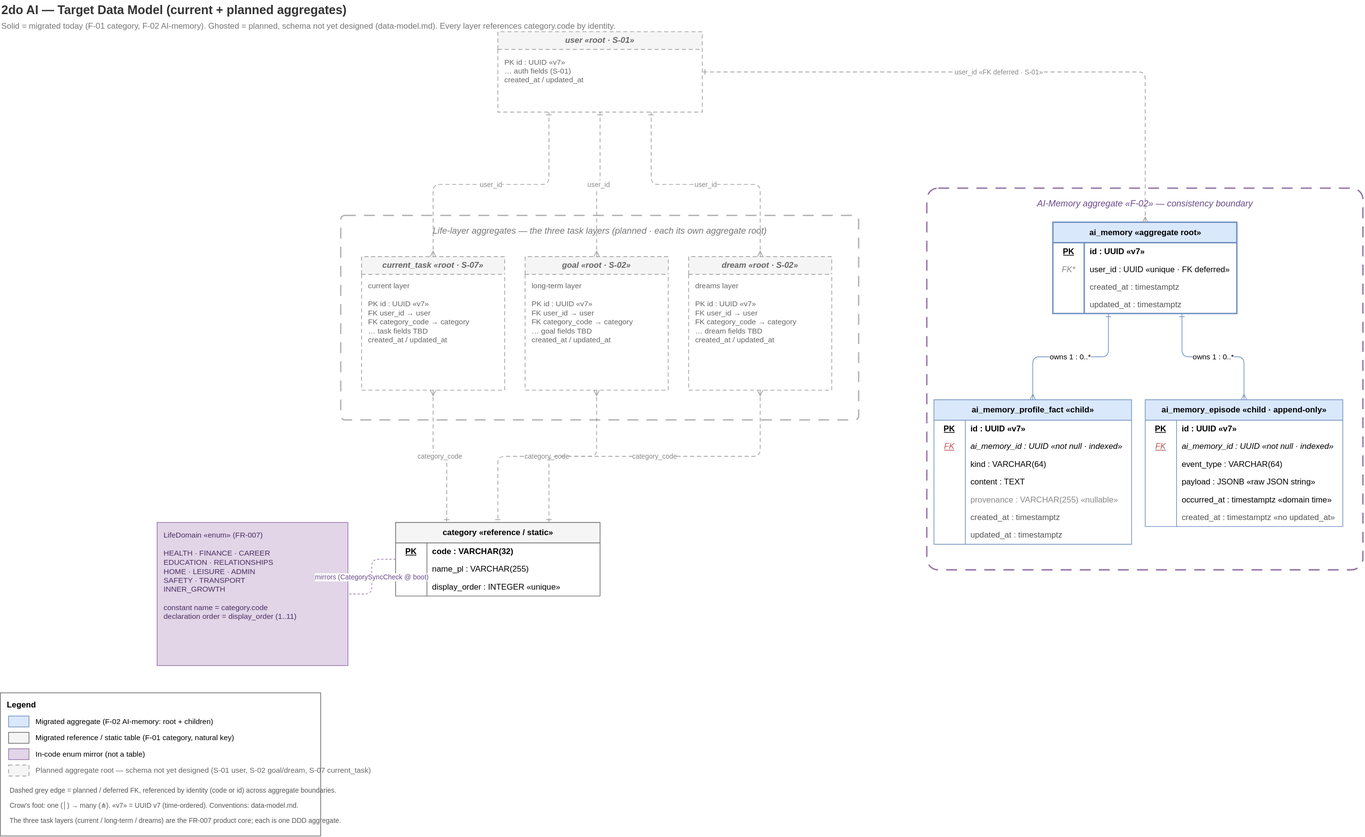
Above: context/foundation/data-model-target.svg in TheDariusz/2doai (draw.io), before the change. Source tidied: cells renumbered, new cells last; positions are measured from the earlier drawing's top-left corner, leaving out a move shared by most shapes.
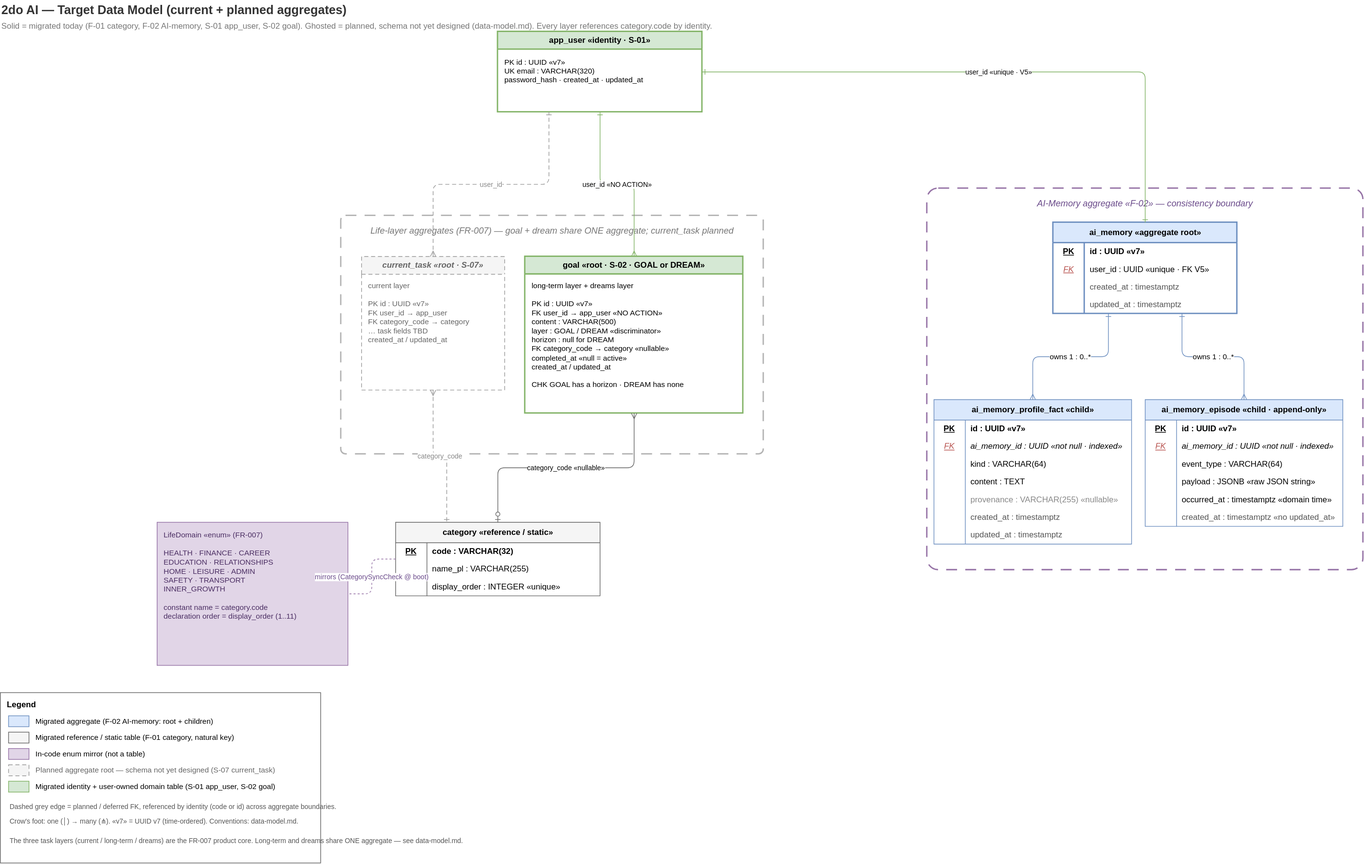
Above is the later version.

What changed in the source:
```diff
@@ -5,19 +5,19 @@
     <mxCell id="2" value="2do AI — Target Data Model  (current + planned aggregates)" style="text;html=1;align=left;verticalAlign=middle;fontSize=18;fontStyle=1;fontColor=#333333;" parent="1" vertex="1">
       <mxGeometry width="900" height="30" as="geometry" />
     </mxCell>
-    <mxCell id="3" value="Solid = migrated today (F-01 category, F-02 AI-memory).   Ghosted = planned, schema not yet designed (data-model.md).   Every layer references category.code by identity." style="text;html=1;align=left;verticalAlign=middle;fontSize=12;fontColor=#777777;" parent="1" vertex="1">
+    <mxCell id="3" value="Solid = migrated today (F-01 category, F-02 AI-memory, S-01 app_user, S-02 goal).   Ghosted = planned, schema not yet designed (data-model.md).   Every layer references category.code by identity." style="text;html=1;align=left;verticalAlign=middle;fontSize=12;fontColor=#777777;" parent="1" vertex="1">
       <mxGeometry y="28" width="1200" height="20" as="geometry" />
     </mxCell>
-    <mxCell id="4" value="Life-layer aggregates — the three task layers  (planned · each its own aggregate root)" style="rounded=1;arcSize=2;whiteSpace=wrap;html=1;dashed=1;dashPattern=8 6;strokeColor=#b3b3b3;strokeWidth=2;fillColor=none;verticalAlign=top;fontStyle=2;fontColor=#777777;fontSize=13;spacingTop=8;" parent="1" vertex="1">
-      <mxGeometry x="500" y="316" width="760" height="300" as="geometry" />
+    <mxCell id="4" value="Life-layer aggregates (FR-007)  —  goal + dream share ONE aggregate; current_task planned" style="rounded=1;arcSize=2;whiteSpace=wrap;html=1;dashed=1;dashPattern=8 6;strokeColor=#b3b3b3;strokeWidth=2;fillColor=none;verticalAlign=top;fontStyle=2;fontColor=#777777;fontSize=13;spacingTop=8;" parent="1" vertex="1">
+      <mxGeometry x="500" y="316" width="620" height="350" as="geometry" />
     </mxCell>
     <mxCell id="5" value="AI-Memory aggregate  «F-02»  —  consistency boundary" style="rounded=1;arcSize=3;whiteSpace=wrap;html=1;dashed=1;dashPattern=8 6;strokeColor=#9673a6;strokeWidth=2;fillColor=none;verticalAlign=top;fontStyle=2;fontColor=#6a4a8a;fontSize=13;spacingTop=8;" parent="1" vertex="1">
       <mxGeometry x="1360" y="276" width="640" height="560" as="geometry" />
     </mxCell>
-    <mxCell id="6" value="user   «root · S-01»" style="swimlane;startSize=26;html=1;fillColor=#f5f5f5;strokeColor=#999999;dashed=1;dashPattern=6 4;fontColor=#666666;fontStyle=3;align=center;whiteSpace=wrap;" parent="1" vertex="1">
+    <mxCell id="6" value="app_user  «identity · S-01»" style="swimlane;startSize=26;html=1;fillColor=#d5e8d4;strokeColor=#82b366;strokeWidth=2;fontStyle=1;align=center;whiteSpace=wrap;" parent="1" vertex="1">
       <mxGeometry x="730" y="46" width="300" height="118" as="geometry" />
     </mxCell>
-    <mxCell id="7" value="PK   id : UUID «v7»&#10;         … auth fields (S-01)&#10;         created_at / updated_at" style="text;html=1;align=left;verticalAlign=top;spacingLeft=8;spacingTop=6;fontSize=11;fontColor=#666666;whiteSpace=wrap;" parent="6" vertex="1">
+    <mxCell id="7" value="PK   id : UUID «v7»&#10;UK   email : VARCHAR(320)&#10;         password_hash · created_at · updated_at" style="text;html=1;align=left;verticalAlign=top;spacingLeft=8;spacingTop=6;fontSize=11;whiteSpace=wrap;" parent="6" vertex="1">
       <mxGeometry y="26" width="300" height="92" as="geometry" />
     </mxCell>
     <mxCell id="8" value="category  «reference / static»" style="shape=table;startSize=30;rowLines=0;fontStyle=1;align=center;strokeColor=#666666;fillColor=#f5f5f5;html=1;" parent="1" vertex="1">
@@ -56,21 +56,15 @@
     <mxCell id="19" value="current_task   «root · S-07»" style="swimlane;startSize=26;html=1;fillColor=#f5f5f5;strokeColor=#999999;dashed=1;dashPattern=6 4;fontColor=#666666;fontStyle=3;align=center;whiteSpace=wrap;" parent="1" vertex="1">
       <mxGeometry x="530" y="376" width="210" height="196" as="geometry" />
     </mxCell>
-    <mxCell id="20" value="current layer&#10;&#10;PK   id : UUID «v7»&#10;FK   user_id → user&#10;FK   category_code → category&#10;         … task fields TBD&#10;         created_at / updated_at" style="text;html=1;align=left;verticalAlign=top;spacingLeft=8;spacingTop=4;fontSize=11;fontColor=#666666;whiteSpace=wrap;" parent="19" vertex="1">
+    <mxCell id="20" value="current layer&#10;&#10;PK   id : UUID «v7»&#10;FK   user_id → app_user&#10;FK   category_code → category&#10;         … task fields TBD&#10;         created_at / updated_at" style="text;html=1;align=left;verticalAlign=top;spacingLeft=8;spacingTop=4;fontSize=11;fontColor=#666666;whiteSpace=wrap;" parent="19" vertex="1">
       <mxGeometry y="26" width="210" height="170" as="geometry" />
     </mxCell>
-    <mxCell id="21" value="goal   «root · S-02»" style="swimlane;startSize=26;html=1;fillColor=#f5f5f5;strokeColor=#999999;dashed=1;dashPattern=6 4;fontColor=#666666;fontStyle=3;align=center;whiteSpace=wrap;" parent="1" vertex="1">
-      <mxGeometry x="770" y="376" width="210" height="196" as="geometry" />
+    <mxCell id="21" value="goal  «root · S-02 · GOAL or DREAM»" style="swimlane;startSize=26;html=1;fillColor=#d5e8d4;strokeColor=#82b366;strokeWidth=2;fontStyle=1;align=center;whiteSpace=wrap;" parent="1" vertex="1">
+      <mxGeometry x="770" y="376" width="320" height="230" as="geometry" />
     </mxCell>
-    <mxCell id="22" value="long-term layer&#10;&#10;PK   id : UUID «v7»&#10;FK   user_id → user&#10;FK   category_code → category&#10;         … goal fields TBD&#10;         created_at / updated_at" style="text;html=1;align=left;verticalAlign=top;spacingLeft=8;spacingTop=4;fontSize=11;fontColor=#666666;whiteSpace=wrap;" parent="21" vertex="1">
-      <mxGeometry y="26" width="210" height="170" as="geometry" />
+    <mxCell id="22" value="long-term layer + dreams layer&#10;&#10;PK   id : UUID «v7»&#10;FK   user_id → app_user  «NO ACTION»&#10;         content : VARCHAR(500)&#10;         layer : GOAL / DREAM  «discriminator»&#10;         horizon : null for DREAM&#10;FK   category_code → category  «nullable»&#10;         completed_at  «null = active»&#10;         created_at / updated_at&#10;&#10;CHK  GOAL has a horizon · DREAM has none" style="text;html=1;align=left;verticalAlign=top;spacingLeft=8;spacingTop=4;fontSize=11;whiteSpace=wrap;" parent="21" vertex="1">
+      <mxGeometry y="26" width="320" height="204" as="geometry" />
     </mxCell>
-    <mxCell id="23" value="dream   «root · S-02»" style="swimlane;startSize=26;html=1;fillColor=#f5f5f5;strokeColor=#999999;dashed=1;dashPattern=6 4;fontColor=#666666;fontStyle=3;align=center;whiteSpace=wrap;" parent="1" vertex="1">
-      <mxGeometry x="1010" y="376" width="210" height="196" as="geometry" />
-    </mxCell>
-    <mxCell id="24" value="dreams layer&#10;&#10;PK   id : UUID «v7»&#10;FK   user_id → user&#10;FK   category_code → category&#10;         … dream fields TBD&#10;         created_at / updated_at" style="text;html=1;align=left;verticalAlign=top;spacingLeft=8;spacingTop=4;fontSize=11;fontColor=#666666;whiteSpace=wrap;" parent="23" vertex="1">
-      <mxGeometry y="26" width="210" height="170" as="geometry" />
-    </mxCell>
     <mxCell id="25" value="ai_memory  «aggregate root»" style="shape=table;startSize=30;rowLines=0;fontStyle=1;align=center;strokeColor=#6c8ebf;strokeWidth=2;fillColor=#dae8fc;html=1;" parent="1" vertex="1">
       <mxGeometry x="1545" y="326" width="270" height="134" as="geometry" />
     </mxCell>
@@ -86,10 +80,10 @@
     <mxCell id="29" style="shape=tableRow;horizontal=0;startSize=0;swimlaneHead=0;swimlaneBody=0;strokeColor=inherit;top=0;left=0;right=0;bottom=0;fillColor=none;fontSize=12;" parent="25" vertex="1">
       <mxGeometry y="56" width="270" height="26" as="geometry" />
     </mxCell>
-    <mxCell id="30" value="FK*" style="shape=partialRectangle;html=1;whiteSpace=wrap;strokeColor=inherit;overflow=hidden;fillColor=none;top=0;left=0;bottom=0;right=0;fontStyle=2;align=center;fontColor=#888888;" parent="29" vertex="1">
+    <mxCell id="30" value="FK" style="shape=partialRectangle;html=1;whiteSpace=wrap;strokeColor=inherit;overflow=hidden;fillColor=none;top=0;left=0;bottom=0;right=0;fontStyle=6;align=center;fontColor=#b85450;" parent="29" vertex="1">
       <mxGeometry width="46" height="26" as="geometry" />
     </mxCell>
-    <mxCell id="31" value="user_id : UUID  «unique · FK deferred»" style="shape=partialRectangle;html=1;whiteSpace=wrap;strokeColor=inherit;overflow=hidden;fillColor=none;top=0;left=0;bottom=0;right=0;align=left;spacingLeft=6;" parent="29" vertex="1">
+    <mxCell id="31" value="user_id : UUID  «unique · FK V5»" style="shape=partialRectangle;html=1;whiteSpace=wrap;strokeColor=inherit;overflow=hidden;fillColor=none;top=0;left=0;bottom=0;right=0;align=left;spacingLeft=6;" parent="29" vertex="1">
       <mxGeometry x="46" width="224" height="26" as="geometry" />
     </mxCell>
     <mxCell id="32" style="shape=tableRow;horizontal=0;startSize=0;swimlaneHead=0;swimlaneBody=0;strokeColor=inherit;top=0;left=0;right=0;bottom=0;fillColor=none;fontSize=12;" parent="25" vertex="1">
@@ -242,29 +236,23 @@
     <mxCell id="81" value="mirrors  (CategorySyncCheck @ boot)" style="edgeStyle=orthogonalEdgeStyle;rounded=1;jettySize=auto;html=1;dashed=1;startArrow=none;endArrow=none;strokeColor=#9673a6;fontColor=#6a4a8a;fontSize=10;labelBackgroundColor=#ffffff;exitX=0;exitY=0.5;exitDx=0;exitDy=0;entryX=1;entryY=0.5;entryDx=0;entryDy=0;" parent="1" edge="1" source="8" target="18">
       <mxGeometry relative="1" as="geometry" />
     </mxCell>
-    <mxCell id="82" value="user_id  «FK deferred · S-01»" style="edgeStyle=orthogonalEdgeStyle;rounded=1;jettySize=auto;html=1;dashed=1;dashPattern=6 4;startArrow=ERmany;startFill=0;endArrow=ERone;endFill=0;strokeColor=#999999;fontColor=#888888;fontSize=10;labelBackgroundColor=#ffffff;exitX=0.5;exitY=0;exitDx=0;exitDy=0;entryX=1;entryY=0.5;entryDx=0;entryDy=0;" parent="1" edge="1" source="25" target="6">
+    <mxCell id="82" value="user_id  «unique · V5»" style="edgeStyle=orthogonalEdgeStyle;rounded=1;jettySize=auto;html=1;startArrow=ERone;startFill=0;endArrow=ERone;endFill=0;strokeColor=#82b366;fontSize=10;labelBackgroundColor=#ffffff;exitX=0.5;exitY=0;exitDx=0;exitDy=0;entryX=1;entryY=0.5;entryDx=0;entryDy=0;" parent="1" edge="1" source="25" target="6">
       <mxGeometry relative="1" as="geometry" />
     </mxCell>
     <mxCell id="83" value="user_id" style="edgeStyle=orthogonalEdgeStyle;rounded=1;jettySize=auto;html=1;dashed=1;dashPattern=6 4;startArrow=ERmany;startFill=0;endArrow=ERone;endFill=0;strokeColor=#999999;fontColor=#888888;fontSize=10;labelBackgroundColor=#ffffff;exitX=0.5;exitY=0;exitDx=0;exitDy=0;entryX=0.25;entryY=1;entryDx=0;entryDy=0;" parent="1" edge="1" source="19" target="6">
       <mxGeometry relative="1" as="geometry" />
     </mxCell>
-    <mxCell id="84" value="user_id" style="edgeStyle=orthogonalEdgeStyle;rounded=1;jettySize=auto;html=1;dashed=1;dashPattern=6 4;startArrow=ERmany;startFill=0;endArrow=ERone;endFill=0;strokeColor=#999999;fontColor=#888888;fontSize=10;labelBackgroundColor=#ffffff;exitX=0.5;exitY=0;exitDx=0;exitDy=0;entryX=0.5;entryY=1;entryDx=0;entryDy=0;" parent="1" edge="1" source="21" target="6">
+    <mxCell id="84" value="user_id  «NO ACTION»" style="edgeStyle=orthogonalEdgeStyle;rounded=1;jettySize=auto;html=1;startArrow=ERmany;startFill=0;endArrow=ERone;endFill=0;strokeColor=#82b366;fontSize=10;labelBackgroundColor=#ffffff;exitX=0.5;exitY=0;exitDx=0;exitDy=0;entryX=0.5;entryY=1;entryDx=0;entryDy=0;" parent="1" edge="1" source="21" target="6">
       <mxGeometry relative="1" as="geometry" />
     </mxCell>
-    <mxCell id="85" value="user_id" style="edgeStyle=orthogonalEdgeStyle;rounded=1;jettySize=auto;html=1;dashed=1;dashPattern=6 4;startArrow=ERmany;startFill=0;endArrow=ERone;endFill=0;strokeColor=#999999;fontColor=#888888;fontSize=10;labelBackgroundColor=#ffffff;exitX=0.5;exitY=0;exitDx=0;exitDy=0;entryX=0.75;entryY=1;entryDx=0;entryDy=0;" parent="1" edge="1" source="23" target="6">
-      <mxGeometry relative="1" as="geometry" />
-    </mxCell>
     <mxCell id="86" value="category_code" style="edgeStyle=orthogonalEdgeStyle;rounded=1;jettySize=auto;html=1;dashed=1;dashPattern=6 4;startArrow=ERmany;startFill=0;endArrow=ERone;endFill=0;strokeColor=#999999;fontColor=#888888;fontSize=10;labelBackgroundColor=#ffffff;exitX=0.5;exitY=1;exitDx=0;exitDy=0;entryX=0.25;entryY=0;entryDx=0;entryDy=0;" parent="1" edge="1" source="19" target="8">
       <mxGeometry relative="1" as="geometry" />
     </mxCell>
-    <mxCell id="87" value="category_code" style="edgeStyle=orthogonalEdgeStyle;rounded=1;jettySize=auto;html=1;dashed=1;dashPattern=6 4;startArrow=ERmany;startFill=0;endArrow=ERone;endFill=0;strokeColor=#999999;fontColor=#888888;fontSize=10;labelBackgroundColor=#ffffff;exitX=0.5;exitY=1;exitDx=0;exitDy=0;entryX=0.5;entryY=0;entryDx=0;entryDy=0;" parent="1" edge="1" source="21" target="8">
+    <mxCell id="87" value="category_code  «nullable»" style="edgeStyle=orthogonalEdgeStyle;rounded=1;jettySize=auto;html=1;startArrow=ERmany;startFill=0;endArrow=ERzeroToOne;endFill=0;strokeColor=#666666;fontSize=10;labelBackgroundColor=#ffffff;exitX=0.5;exitY=1;exitDx=0;exitDy=0;entryX=0.5;entryY=0;entryDx=0;entryDy=0;" parent="1" edge="1" source="21" target="8">
       <mxGeometry relative="1" as="geometry" />
     </mxCell>
-    <mxCell id="88" value="category_code" style="edgeStyle=orthogonalEdgeStyle;rounded=1;jettySize=auto;html=1;dashed=1;dashPattern=6 4;startArrow=ERmany;startFill=0;endArrow=ERone;endFill=0;strokeColor=#999999;fontColor=#888888;fontSize=10;labelBackgroundColor=#ffffff;exitX=0.5;exitY=1;exitDx=0;exitDy=0;entryX=0.75;entryY=0;entryDx=0;entryDy=0;" parent="1" edge="1" source="23" target="8">
-      <mxGeometry relative="1" as="geometry" />
-    </mxCell>
     <mxCell id="89" value="Legend" style="rounded=0;whiteSpace=wrap;html=1;fillColor=none;strokeColor=#666666;verticalAlign=top;fontStyle=1;align=left;spacingLeft=8;spacingTop=4;" parent="1" vertex="1">
-      <mxGeometry y="1016" width="470" height="210" as="geometry" />
+      <mxGeometry y="1016" width="470" height="250" as="geometry" />
     </mxCell>
     <mxCell id="90" style="rounded=0;html=1;fillColor=#dae8fc;strokeColor=#6c8ebf;" parent="89" vertex="1">
       <mxGeometry x="12" y="34" width="30" height="16" as="geometry" />
@@ -287,17 +275,23 @@
     <mxCell id="96" style="rounded=0;html=1;fillColor=#f5f5f5;strokeColor=#999999;dashed=1;dashPattern=6 4;" parent="89" vertex="1">
       <mxGeometry x="12" y="106" width="30" height="16" as="geometry" />
     </mxCell>
-    <mxCell id="97" value="Planned aggregate root — schema not yet designed (S-01 user, S-02 goal/dream, S-07 current_task)" style="text;html=1;align=left;verticalAlign=middle;fontSize=11;fontColor=#666666;" parent="89" vertex="1">
+    <mxCell id="97" value="Planned aggregate root — schema not yet designed (S-07 current_task)" style="text;html=1;align=left;verticalAlign=middle;fontSize=11;fontColor=#666666;" parent="89" vertex="1">
       <mxGeometry x="50" y="104" width="410" height="20" as="geometry" />
     </mxCell>
+    <mxCell id="101" style="rounded=0;html=1;fillColor=#d5e8d4;strokeColor=#82b366;" parent="89" vertex="1">
+      <mxGeometry x="12" y="130" width="30" height="16" as="geometry" />
+    </mxCell>
+    <mxCell id="102" value="Migrated identity + user-owned domain table (S-01 app_user, S-02 goal)" style="text;html=1;align=left;verticalAlign=middle;fontSize=11;" parent="89" vertex="1">
+      <mxGeometry x="50" y="128" width="410" height="20" as="geometry" />
+    </mxCell>
     <mxCell id="98" value="Dashed grey edge = planned / deferred FK, referenced by identity (code or id) across aggregate boundaries." style="text;html=1;align=left;verticalAlign=middle;fontSize=10;fontColor=#555555;" parent="89" vertex="1">
-      <mxGeometry x="12" y="134" width="450" height="18" as="geometry" />
+      <mxGeometry x="12" y="158" width="450" height="18" as="geometry" />
     </mxCell>
     <mxCell id="99" value="Crow's foot: one (│) → many (⋔).   «v7» = UUID v7 (time-ordered).   Conventions: data-model.md." style="text;html=1;align=left;verticalAlign=middle;fontSize=10;fontColor=#555555;" parent="89" vertex="1">
-      <mxGeometry x="12" y="156" width="450" height="18" as="geometry" />
+      <mxGeometry x="12" y="180" width="450" height="18" as="geometry" />
     </mxCell>
-    <mxCell id="100" value="The three task layers (current / long-term / dreams) are the FR-007 product core; each is one DDD aggregate." style="text;html=1;align=left;verticalAlign=middle;fontSize=10;fontColor=#555555;" parent="89" vertex="1">
-      <mxGeometry x="12" y="178" width="450" height="18" as="geometry" />
+    <mxCell id="100" value="The three task layers (current / long-term / dreams) are the FR-007 product core. Long-term and dreams share ONE aggregate — see data-model.md." style="text;html=1;align=left;verticalAlign=middle;fontSize=10;fontColor=#555555;" parent="89" vertex="1">
+      <mxGeometry x="12" y="202" width="450" height="30" as="geometry" />
     </mxCell>
   </root>
 </mxGraphModel>
```
